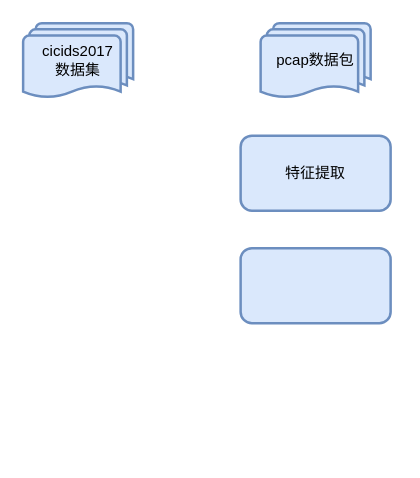
Above: images/ids.drawio in Seanxz401/draws (draw.io), before the change. Source tidied: cells renumbered, new cells numbered last; positions are measured from the earlier drawing's top-left corner, leaving out a move shared by most shapes. Both pictures are drawn from the tidied source at 125%, with x=0, y=0 at pixel (22, 22).
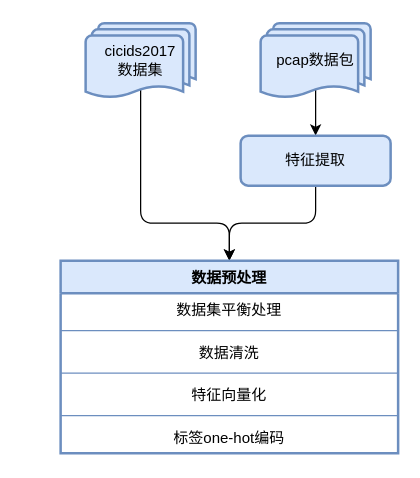
The same page after the edit.

Change to the diagram source:
```diff
@@
 <mxGraphModel>
   <root>
     <mxCell id="0" />
     <mxCell id="1" parent="0" />
+    <mxCell id="6" style="edgeStyle=orthogonalEdgeStyle;jettySize=auto;html=1;exitX=0.5;exitY=0.88;exitDx=0;exitDy=0;exitPerimeter=0;entryX=0.5;entryY=0;entryDx=0;entryDy=0;fontFamily=Helvetica;fontSize=12;fontColor=default;" parent="1" edge="1" source="2" target="9">
+      <mxGeometry relative="1" as="geometry">
+        <Array as="points">
+          <mxPoint x="94" y="160" />
+          <mxPoint x="165" y="160" />
+        </Array>
+      </mxGeometry>
+    </mxCell>
     <mxCell id="2" value="cicids2017&lt;br&gt;数据集" style="strokeWidth=2;html=1;shape=mxgraph.flowchart.multi-document;whiteSpace=wrap;fillColor=#dae8fc;strokeColor=#6c8ebf;" parent="1" vertex="1">
-      <mxGeometry width="88" height="60" as="geometry" />
+      <mxGeometry x="50" width="88" height="60" as="geometry" />
     </mxCell>
+    <mxCell id="7" style="edgeStyle=orthogonalEdgeStyle;jettySize=auto;html=1;exitX=0.5;exitY=0.88;exitDx=0;exitDy=0;exitPerimeter=0;entryX=0.5;entryY=0;entryDx=0;entryDy=0;fontFamily=Helvetica;fontSize=12;fontColor=default;" parent="1" edge="1" source="3" target="4">
+      <mxGeometry relative="1" as="geometry" />
+    </mxCell>
     <mxCell id="3" value="pcap数据包" style="strokeWidth=2;html=1;shape=mxgraph.flowchart.multi-document;whiteSpace=wrap;fillColor=#dae8fc;strokeColor=#6c8ebf;" parent="1" vertex="1">
       <mxGeometry x="190" width="88" height="60" as="geometry" />
     </mxCell>
+    <mxCell id="8" style="edgeStyle=orthogonalEdgeStyle;jettySize=auto;html=1;exitX=0.5;exitY=1;exitDx=0;exitDy=0;entryX=0.5;entryY=0;entryDx=0;entryDy=0;fontFamily=Helvetica;fontSize=12;fontColor=default;" parent="1" edge="1" source="4" target="9">
+      <mxGeometry relative="1" as="geometry" />
+    </mxCell>
     <mxCell id="4" value="特征提取" style="rounded=1;whiteSpace=wrap;html=1;strokeColor=#6c8ebf;strokeWidth=2;align=center;verticalAlign=middle;fontFamily=Helvetica;fontSize=12;fontColor=default;fillColor=#dae8fc;" parent="1" vertex="1">
-      <mxGeometry x="174" y="90" width="120" height="60" as="geometry" />
+      <mxGeometry x="174" y="90" width="120" height="40" as="geometry" />
     </mxCell>
-    <mxCell id="5" style="rounded=1;whiteSpace=wrap;html=1;strokeColor=#6c8ebf;strokeWidth=2;align=center;verticalAlign=middle;fontFamily=Helvetica;fontSize=12;fontColor=default;fillColor=#dae8fc;" parent="1" vertex="1">
-      <mxGeometry x="174" y="180" width="120" height="60" as="geometry" />
-    </mxCell>
+    <mxCell id="9" value="数据预处理" style="swimlane;fontStyle=1;align=center;verticalAlign=top;horizontal=1;startSize=26;whiteSpace=wrap;html=1;strokeColor=#6c8ebf;strokeWidth=2;fontFamily=Helvetica;fontSize=12;fontColor=default;fillColor=#dae8fc;" parent="1" vertex="1">
+      <mxGeometry x="30" y="190" width="270" height="154" as="geometry" />
+    </mxCell>
+    <mxCell id="10" value="数据集平衡处理" style="text;strokeColor=none;fillColor=none;align=center;verticalAlign=top;spacingLeft=4;spacingRight=4;overflow=hidden;whiteSpace=wrap;html=1;fontSize=12;fontFamily=Helvetica;fontColor=default;" parent="9" vertex="1">
+      <mxGeometry y="26" width="270" height="26" as="geometry" />
+    </mxCell>
+    <mxCell id="11" style="line;strokeWidth=1;fillColor=none;align=left;verticalAlign=middle;spacingTop=-1;spacingLeft=3;spacingRight=3;labelPosition=right;strokeColor=inherit;fontFamily=Helvetica;fontSize=12;fontColor=default;html=1;" parent="9" vertex="1">
+      <mxGeometry y="52" width="270" height="8" as="geometry" />
+    </mxCell>
+    <mxCell id="12" value="数据清洗" style="text;strokeColor=none;fillColor=none;align=center;verticalAlign=top;spacingLeft=4;spacingRight=4;overflow=hidden;whiteSpace=wrap;html=1;fontSize=12;fontFamily=Helvetica;fontColor=default;" parent="9" vertex="1">
+      <mxGeometry y="60" width="270" height="26" as="geometry" />
+    </mxCell>
+    <mxCell id="13" style="line;strokeWidth=1;fillColor=none;align=left;verticalAlign=middle;spacingTop=-1;spacingLeft=3;spacingRight=3;labelPosition=right;strokeColor=inherit;fontFamily=Helvetica;fontSize=12;fontColor=default;html=1;" parent="9" vertex="1">
+      <mxGeometry y="86" width="270" height="8" as="geometry" />
+    </mxCell>
+    <mxCell id="14" value="特征向量化" style="text;strokeColor=none;fillColor=none;align=center;verticalAlign=top;spacingLeft=4;spacingRight=4;overflow=hidden;whiteSpace=wrap;html=1;fontSize=12;fontFamily=Helvetica;fontColor=default;" parent="9" vertex="1">
+      <mxGeometry y="94" width="270" height="26" as="geometry" />
+    </mxCell>
+    <mxCell id="15" style="line;strokeWidth=1;fillColor=none;align=left;verticalAlign=middle;spacingTop=-1;spacingLeft=3;spacingRight=3;labelPosition=right;strokeColor=inherit;fontFamily=Helvetica;fontSize=12;fontColor=default;html=1;" parent="9" vertex="1">
+      <mxGeometry y="120" width="270" height="8" as="geometry" />
+    </mxCell>
+    <mxCell id="16" value="标签one-hot编码" style="text;strokeColor=none;fillColor=none;align=center;verticalAlign=top;spacingLeft=4;spacingRight=4;overflow=hidden;whiteSpace=wrap;html=1;fontSize=12;fontFamily=Helvetica;fontColor=default;" parent="9" vertex="1">
+      <mxGeometry y="128" width="270" height="26" as="geometry" />
+    </mxCell>
   </root>
 </mxGraphModel>
```
